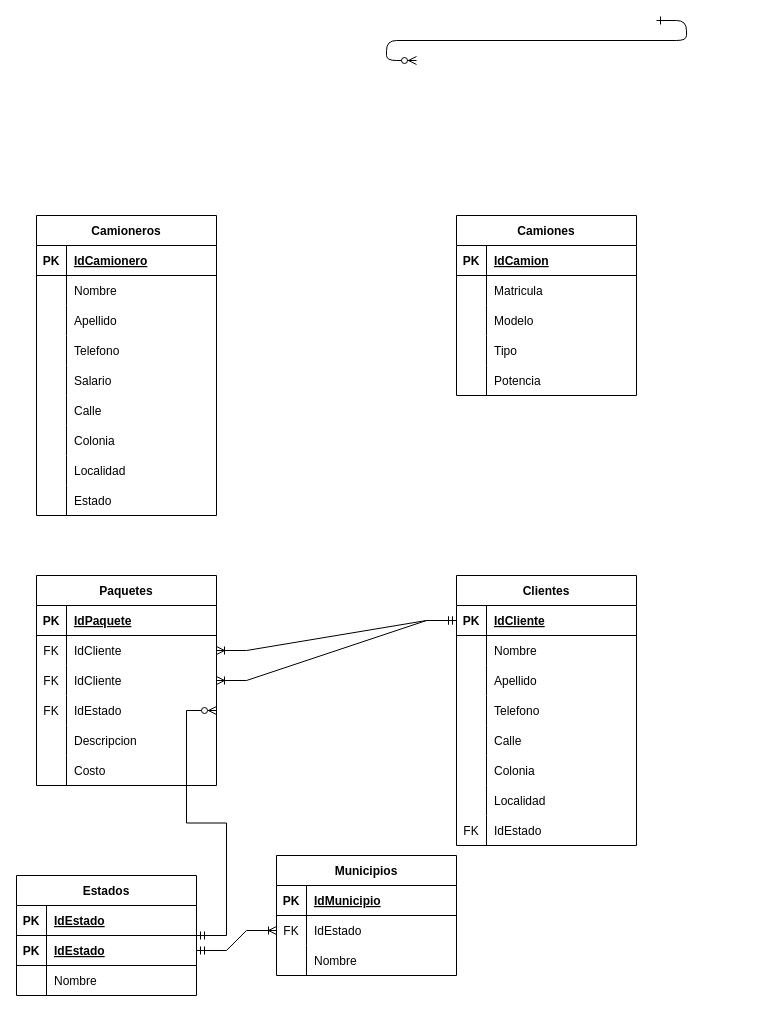
Above: Transportes.drawio in DanielaaER/Base-de-Datos (draw.io), before the change. Source tidied: cells renumbered, new cells numbered last; positions are measured from the earlier drawing's top-left corner, leaving out a move shared by most shapes. Both pictures are drawn from the tidied source at 100%, with x=0, y=0 at pixel (16, 20).
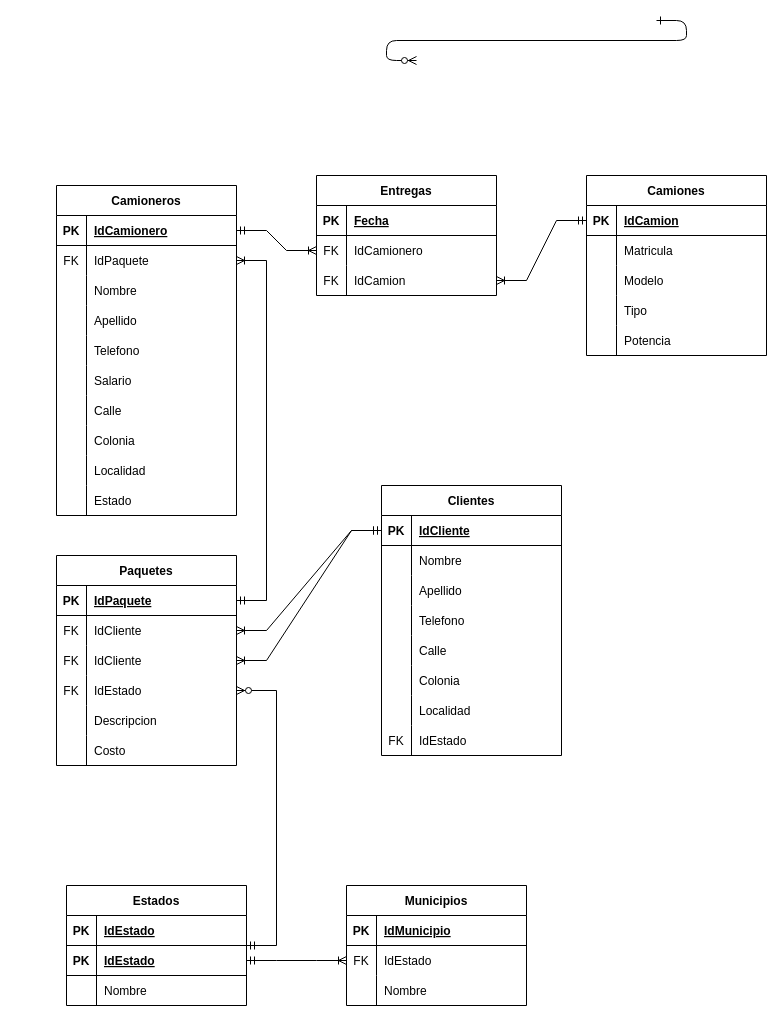
The same diagram, later.

Commit message:
hago relacion

Unchanged cells that the change refers to:
```xml
<mxCell id="4" style="shape=tableRow;horizontal=0;startSize=0;swimlaneHead=0;swimlaneBody=0;fillColor=none;points=[[0,0.5],[1,0.5]];portConstraint=eastwest;top=0;left=0;right=0;bottom=1;" parent="3" vertex="1">
  <mxGeometry y="30" width="180" height="30" as="geometry" />
</mxCell>
<mxCell id="32" style="shape=tableRow;horizontal=0;startSize=0;swimlaneHead=0;swimlaneBody=0;fillColor=none;points=[[0,0.5],[1,0.5]];portConstraint=eastwest;top=0;left=0;right=0;bottom=1;" parent="31" vertex="1">
  <mxGeometry y="30" width="180" height="30" as="geometry" />
</mxCell>
<mxCell id="48" style="shape=tableRow;horizontal=0;startSize=0;swimlaneHead=0;swimlaneBody=0;fillColor=none;points=[[0,0.5],[1,0.5]];portConstraint=eastwest;top=0;left=0;right=0;bottom=1;" parent="47" vertex="1">
  <mxGeometry y="30" width="180" height="30" as="geometry" />
</mxCell>
```

What changed in the source:
```diff
@@
     <mxCell id="3" value="Camioneros" style="shape=table;startSize=30;childLayout=tableLayout;rowLines=0;fontStyle=1;align=center;" parent="1" vertex="1">
-      <mxGeometry x="20" y="195" width="180" height="300" as="geometry" />
+      <mxGeometry x="40" y="165" width="180" height="330" as="geometry" />
     </mxCell>
@@
+    <mxCell id="115" style="shape=tableRow;horizontal=0;startSize=0;swimlaneHead=0;swimlaneBody=0;fillColor=none;points=[[0,0.5],[1,0.5]];portConstraint=eastwest;top=0;left=0;right=0;bottom=0;" parent="3" vertex="1">
+      <mxGeometry y="60" width="180" height="30" as="geometry" />
+    </mxCell>
+    <mxCell id="116" value="FK" style="shape=partialRectangle;fillColor=none;top=0;left=0;bottom=0;right=0;fontStyle=0;overflow=hidden;" parent="115" vertex="1">
+      <mxGeometry width="30" height="30" as="geometry" />
+    </mxCell>
+    <mxCell id="117" value="IdPaquete" style="shape=partialRectangle;fillColor=none;top=0;left=0;bottom=0;right=0;align=left;spacingLeft=6;fontStyle=0;overflow=hidden;" parent="115" vertex="1">
+      <mxGeometry x="30" width="150" height="30" as="geometry" />
+    </mxCell>
     <mxCell id="7" style="shape=tableRow;horizontal=0;startSize=0;swimlaneHead=0;swimlaneBody=0;fillColor=none;top=0;left=0;right=0;bottom=0;" parent="3" vertex="1">
-      <mxGeometry y="60" width="180" height="30" as="geometry" />
+      <mxGeometry y="90" width="180" height="30" as="geometry" />
     </mxCell>
@@
     <mxCell id="10" style="shape=tableRow;horizontal=0;startSize=0;swimlaneHead=0;swimlaneBody=0;fillColor=none;top=0;left=0;right=0;bottom=0;" parent="3" vertex="1">
-      <mxGeometry y="90" width="180" height="30" as="geometry" />
+      <mxGeometry y="120" width="180" height="30" as="geometry" />
     </mxCell>
@@
     <mxCell id="13" style="shape=tableRow;horizontal=0;startSize=0;swimlaneHead=0;swimlaneBody=0;fillColor=none;top=0;left=0;right=0;bottom=0;" parent="3" vertex="1">
-      <mxGeometry y="120" width="180" height="30" as="geometry" />
+      <mxGeometry y="150" width="180" height="30" as="geometry" />
     </mxCell>
@@
     <mxCell id="16" style="shape=tableRow;horizontal=0;startSize=0;swimlaneHead=0;swimlaneBody=0;fillColor=none;top=0;left=0;right=0;bottom=0;" parent="3" vertex="1">
-      <mxGeometry y="150" width="180" height="30" as="geometry" />
+      <mxGeometry y="180" width="180" height="30" as="geometry" />
     </mxCell>
@@
     <mxCell id="19" style="shape=tableRow;horizontal=0;startSize=0;swimlaneHead=0;swimlaneBody=0;fillColor=none;top=0;left=0;right=0;bottom=0;" parent="3" vertex="1">
-      <mxGeometry y="180" width="180" height="30" as="geometry" />
+      <mxGeometry y="210" width="180" height="30" as="geometry" />
     </mxCell>
@@
     <mxCell id="22" style="shape=tableRow;horizontal=0;startSize=0;swimlaneHead=0;swimlaneBody=0;fillColor=none;top=0;left=0;right=0;bottom=0;" parent="3" vertex="1">
-      <mxGeometry y="210" width="180" height="30" as="geometry" />
+      <mxGeometry y="240" width="180" height="30" as="geometry" />
     </mxCell>
@@
     <mxCell id="25" style="shape=tableRow;horizontal=0;startSize=0;swimlaneHead=0;swimlaneBody=0;fillColor=none;top=0;left=0;right=0;bottom=0;" parent="3" vertex="1">
-      <mxGeometry y="240" width="180" height="30" as="geometry" />
+      <mxGeometry y="270" width="180" height="30" as="geometry" />
     </mxCell>
@@
     <mxCell id="28" style="shape=tableRow;horizontal=0;startSize=0;swimlaneHead=0;swimlaneBody=0;fillColor=none;top=0;left=0;right=0;bottom=0;" parent="3" vertex="1">
-      <mxGeometry y="270" width="180" height="30" as="geometry" />
+      <mxGeometry y="300" width="180" height="30" as="geometry" />
     </mxCell>
@@
     <mxCell id="31" value="Camiones" style="shape=table;startSize=30;childLayout=tableLayout;rowLines=0;fontStyle=1;align=center;" parent="1" vertex="1">
-      <mxGeometry x="440" y="195" width="180" height="180" as="geometry" />
+      <mxGeometry x="570" y="155" width="180" height="180" as="geometry" />
     </mxCell>
@@
     <mxCell id="47" value="Paquetes" style="shape=table;startSize=30;childLayout=tableLayout;rowLines=0;fontStyle=1;align=center;" parent="1" vertex="1">
-      <mxGeometry x="20" y="555" width="180" height="210" as="geometry" />
+      <mxGeometry x="40" y="535" width="180" height="210" as="geometry" />
     </mxCell>
@@
     <mxCell id="66" value="Clientes" style="shape=table;startSize=30;childLayout=tableLayout;rowLines=0;fontStyle=1;align=center;" parent="1" vertex="1">
-      <mxGeometry x="440" y="555" width="180" height="270" as="geometry" />
+      <mxGeometry x="365" y="465" width="180" height="270" as="geometry" />
     </mxCell>
@@
     <mxCell id="91" value="Estados" style="shape=table;startSize=30;childLayout=tableLayout;rowLines=0;fontStyle=1;align=center;" parent="1" vertex="1">
-      <mxGeometry y="855" width="180" height="120" as="geometry" />
+      <mxGeometry x="50" y="865" width="180" height="120" as="geometry" />
     </mxCell>
@@
     <mxCell id="101" value="Municipios" style="shape=table;startSize=30;childLayout=tableLayout;rowLines=0;fontStyle=1;align=center;" parent="1" vertex="1">
-      <mxGeometry x="260" y="835" width="180" height="120" as="geometry" />
+      <mxGeometry x="330" y="865" width="180" height="120" as="geometry" />
     </mxCell>
@@
+    <mxCell id="118" style="edgeStyle=entityRelationEdgeStyle;fontSize=12;html=1;endArrow=ERoneToMany;startArrow=ERmandOne;rounded=0;exitX=1;exitY=0.5;exitDx=0;exitDy=0;entryX=1;entryY=0.5;entryDx=0;entryDy=0;" parent="1" edge="1" source="48" target="115">
+      <mxGeometry relative="1" as="geometry" />
+    </mxCell>
+    <mxCell id="119" value="Entregas" style="shape=table;startSize=30;childLayout=tableLayout;rowLines=0;fontStyle=1;align=center;" parent="1" vertex="1">
+      <mxGeometry x="300" y="155" width="180" height="120" as="geometry" />
+    </mxCell>
+    <mxCell id="120" style="shape=tableRow;horizontal=0;startSize=0;swimlaneHead=0;swimlaneBody=0;fillColor=none;top=0;left=0;right=0;bottom=1;" parent="119" vertex="1">
+      <mxGeometry y="30" width="180" height="30" as="geometry" />
+    </mxCell>
+    <mxCell id="121" value="PK" style="shape=partialRectangle;fillColor=none;top=0;left=0;bottom=0;right=0;fontStyle=1;overflow=hidden;" parent="120" vertex="1">
+      <mxGeometry width="30" height="30" as="geometry" />
+    </mxCell>
+    <mxCell id="122" value="Fecha" style="shape=partialRectangle;fillColor=none;top=0;left=0;bottom=0;right=0;align=left;spacingLeft=6;fontStyle=5;overflow=hidden;" parent="120" vertex="1">
+      <mxGeometry x="30" width="150" height="30" as="geometry" />
+    </mxCell>
+    <mxCell id="123" style="shape=tableRow;horizontal=0;startSize=0;swimlaneHead=0;swimlaneBody=0;fillColor=none;points=[[0,0.5],[1,0.5]];portConstraint=eastwest;top=0;left=0;right=0;bottom=0;" parent="119" vertex="1">
+      <mxGeometry y="60" width="180" height="30" as="geometry" />
+    </mxCell>
+    <mxCell id="124" value="FK" style="shape=partialRectangle;fillColor=none;top=0;left=0;bottom=0;right=0;fontStyle=0;overflow=hidden;" parent="123" vertex="1">
+      <mxGeometry width="30" height="30" as="geometry" />
+    </mxCell>
+    <mxCell id="125" value="IdCamionero" style="shape=partialRectangle;fillColor=none;top=0;left=0;bottom=0;right=0;align=left;spacingLeft=6;fontStyle=0;overflow=hidden;" parent="123" vertex="1">
+      <mxGeometry x="30" width="150" height="30" as="geometry" />
+    </mxCell>
+    <mxCell id="126" style="shape=tableRow;horizontal=0;startSize=0;swimlaneHead=0;swimlaneBody=0;fillColor=none;points=[[0,0.5],[1,0.5]];portConstraint=eastwest;top=0;left=0;right=0;bottom=0;" parent="119" vertex="1">
+      <mxGeometry y="90" width="180" height="30" as="geometry" />
+    </mxCell>
+    <mxCell id="127" value="FK" style="shape=partialRectangle;fillColor=none;top=0;left=0;bottom=0;right=0;fontStyle=0;overflow=hidden;" parent="126" vertex="1">
+      <mxGeometry width="30" height="30" as="geometry" />
+    </mxCell>
+    <mxCell id="128" value="IdCamion" style="shape=partialRectangle;fillColor=none;top=0;left=0;bottom=0;right=0;align=left;spacingLeft=6;fontStyle=0;overflow=hidden;" parent="126" vertex="1">
+      <mxGeometry x="30" width="150" height="30" as="geometry" />
+    </mxCell>
+    <mxCell id="129" style="edgeStyle=entityRelationEdgeStyle;fontSize=12;html=1;endArrow=ERoneToMany;startArrow=ERmandOne;rounded=0;exitX=1;exitY=0.5;exitDx=0;exitDy=0;entryX=0;entryY=0.5;entryDx=0;entryDy=0;" parent="1" edge="1" source="4" target="123">
+      <mxGeometry relative="1" as="geometry" />
+    </mxCell>
+    <mxCell id="130" style="edgeStyle=entityRelationEdgeStyle;fontSize=12;html=1;endArrow=ERoneToMany;startArrow=ERmandOne;rounded=0;exitX=0;exitY=0.5;exitDx=0;exitDy=0;entryX=1;entryY=0.5;entryDx=0;entryDy=0;" parent="1" edge="1" source="32" target="126">
+      <mxGeometry relative="1" as="geometry" />
+    </mxCell>
```
